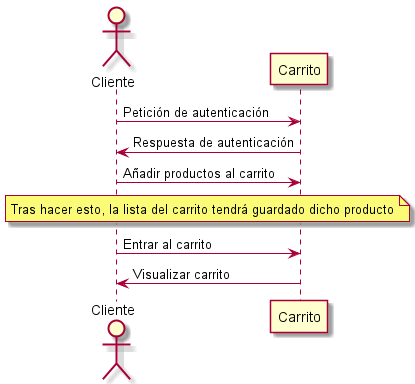
Before: images/Diagrama Añadir producto.png, a diagram exported from PlantUML (Arquisoft/Arquisoft-dede_es_02b).
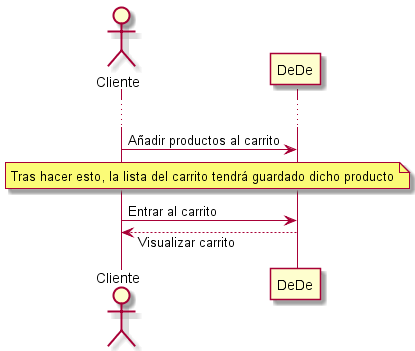
Above is the later version.

Change to the diagram source:
```diff
@@ -1,10 +1,13 @@
 @startuml
 actor Cliente
-participant Carrito
-Cliente -> Carrito: Petición de autenticación
-Carrito -> Cliente: Respuesta de autenticación
-Cliente -> Carrito: Añadir productos al carrito
+participant DeDe
+
+skinparam responseMessageBelowArrow true
+...
+
+Cliente -> DeDe: Añadir productos al carrito
 note across: Tras hacer esto, la lista del carrito tendrá guardado dicho producto
-Cliente -> Carrito: Entrar al carrito
-Carrito -> Cliente: Visualizar carrito
+
+Cliente -> DeDe: Entrar al carrito
+DeDe --> Cliente: Visualizar carrito
 @enduml
```
